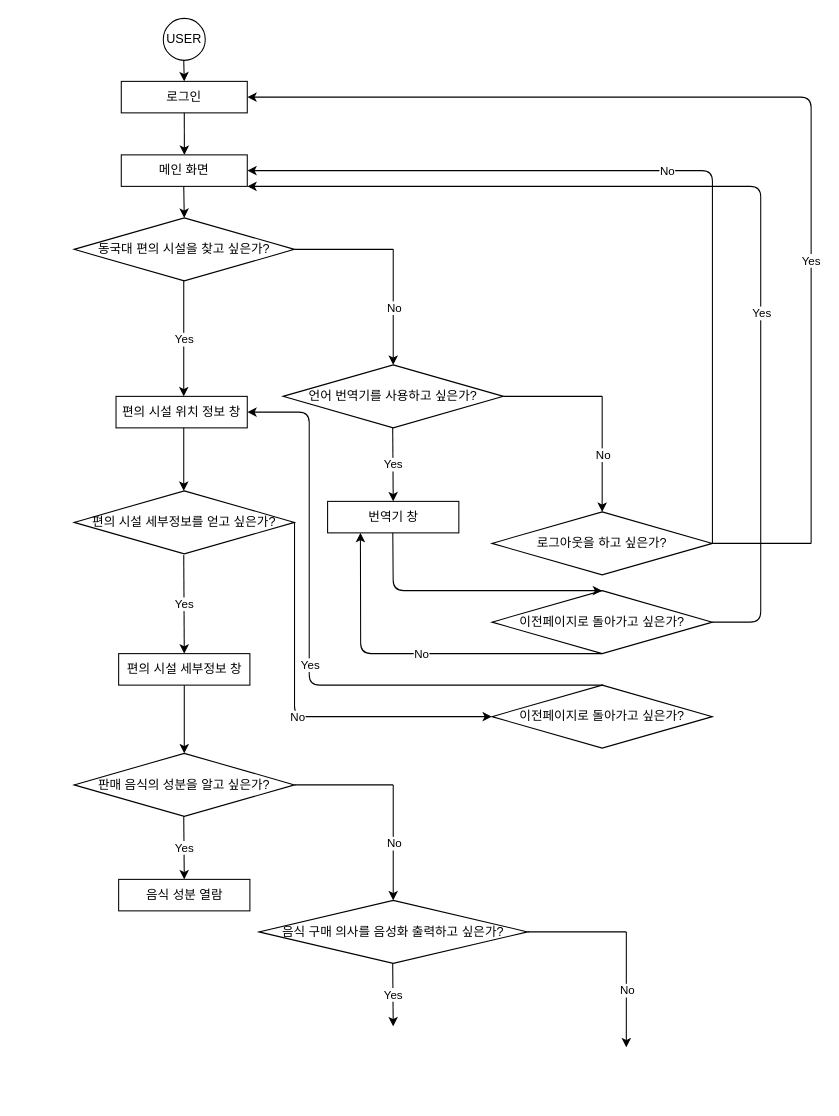
Rush-K/FlowChart keeps this draw.io diagram as Untitled Diagram.drawio. Above is the earlier version. Source tidied: cells renumbered, new cells numbered last; positions are measured from the earlier drawing's top-left corner, leaving out a move shared by most shapes. Both pictures are drawn from the tidied source at 105%, with x=0, y=0 at pixel (74, 18).
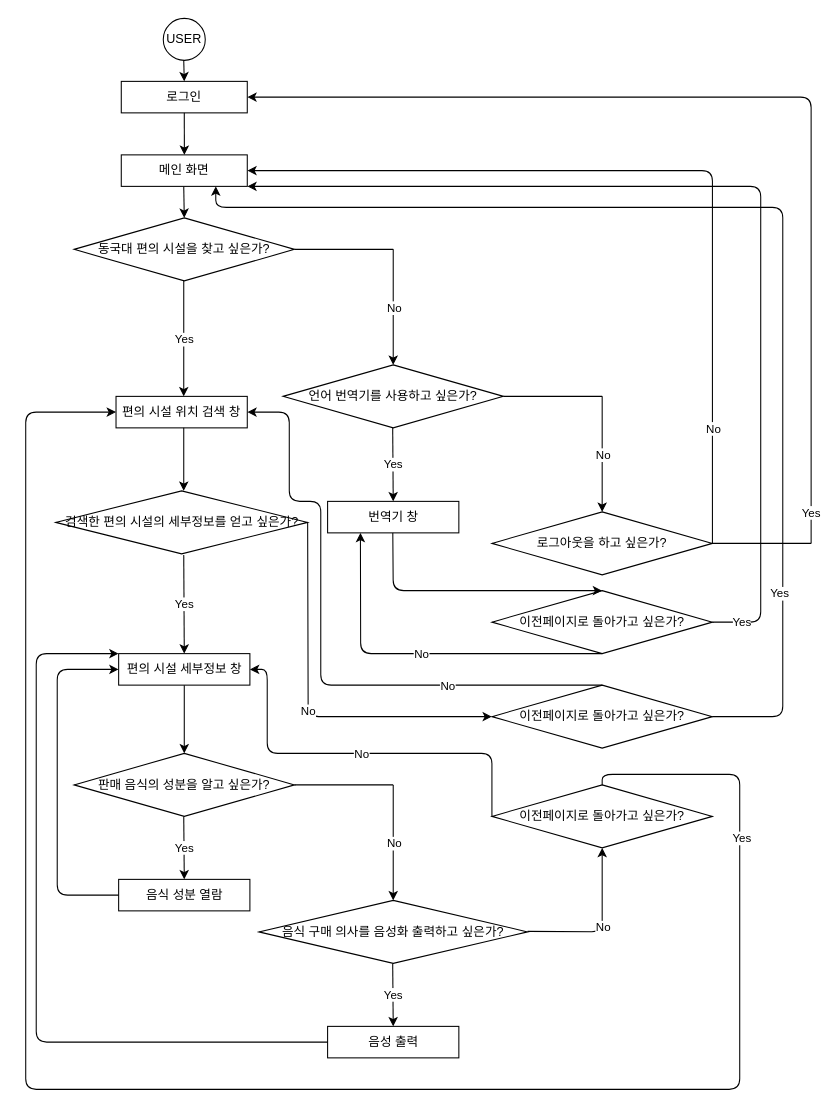
Above is the later version.

Commit message:
Flow Chart update

Unchanged cells that the change refers to:
```xml
<mxCell id="24" value="편의 시설 세부정보 창" style="rounded=0;whiteSpace=wrap;html=1;" parent="1" vertex="1">
  <mxGeometry x="42.5" y="605" width="125" height="30" as="geometry" />
</mxCell>
<mxCell id="30" value="음식 성분 열람" style="rounded=0;whiteSpace=wrap;html=1;" parent="1" vertex="1">
  <mxGeometry x="42.5" y="820" width="125" height="30" as="geometry" />
</mxCell>
<mxCell id="43" style="endArrow=classic;html=1;entryX=1;entryY=0.5;entryDx=0;entryDy=0;" parent="1" edge="1" target="3">
  <mxGeometry relative="1" as="geometry">
    <mxPoint x="702" y="500" as="sourcePoint" />
    <Array as="points">
      <mxPoint x="702" y="75" />
    </Array>
  </mxGeometry>
</mxCell>
<mxCell id="45" style="endArrow=classic;html=1;entryX=1;entryY=0.5;entryDx=0;entryDy=0;" parent="1" edge="1" target="47">
  <mxGeometry relative="1" as="geometry">
    <mxPoint x="608" y="500" as="sourcePoint" />
    <Array as="points">
      <mxPoint x="608" y="145" />
    </Array>
  </mxGeometry>
</mxCell>
<mxCell id="47" value="메인 화면" style="rounded=0;whiteSpace=wrap;html=1;" parent="1" vertex="1">
  <mxGeometry x="45" y="130" width="120" height="30" as="geometry" />
</mxCell>
<mxCell id="55" value="이전페이지로 돌아가고 싶은가?" style="rhombus;whiteSpace=wrap;html=1;" parent="1" vertex="1">
  <mxGeometry x="398" y="635" width="210" height="60" as="geometry" />
</mxCell>
```

What changed in the source:
```diff
@@
-    <mxCell id="10" value="편의 시설 세부정보를 얻고 싶은가?" style="rhombus;whiteSpace=wrap;html=1;" parent="1" vertex="1">
-      <mxGeometry y="450" width="210" height="60" as="geometry" />
+    <mxCell id="10" value="검색한 편의 시설의 세부정보를 얻고 싶은가?" style="rhombus;whiteSpace=wrap;html=1;" parent="1" vertex="1">
+      <mxGeometry x="-17.5" y="450" width="240" height="60" as="geometry" />
     </mxCell>
@@
-    <mxCell id="12" value="편의 시설 위치 정보 창" style="rounded=0;whiteSpace=wrap;html=1;" parent="1" vertex="1">
+    <mxCell id="12" value="편의 시설 위치 검색 창" style="rounded=0;whiteSpace=wrap;html=1;" parent="1" vertex="1">
       <mxGeometry x="40" y="360" width="125" height="30" as="geometry" />
     </mxCell>
@@
     <mxCell id="25" style="endArrow=classic;html=1;exitX=1;exitY=0.5;exitDx=0;exitDy=0;entryX=0;entryY=0.5;entryDx=0;entryDy=0;" parent="1" edge="1" source="10" target="55">
       <mxGeometry relative="1" as="geometry">
         <Array as="points">
-          <mxPoint x="210" y="665" />
+          <mxPoint x="223" y="665" />
         </Array>
       </mxGeometry>
     </mxCell>
@@
-    <mxCell id="39" style="endArrow=none;html=1;exitX=1;exitY=0.5;exitDx=0;exitDy=0;" parent="1" edge="1">
-      <mxGeometry relative="1" as="geometry">
-        <mxPoint x="432" y="870" as="sourcePoint" />
-        <mxPoint x="526" y="870" as="targetPoint" />
-      </mxGeometry>
-    </mxCell>
-    <mxCell id="40" style="endArrow=classic;html=1;" parent="1" edge="1">
-      <mxGeometry relative="1" as="geometry">
-        <mxPoint x="526" y="870" as="sourcePoint" />
-        <mxPoint x="526" y="980" as="targetPoint" />
-      </mxGeometry>
-    </mxCell>
-    <mxCell id="41" value="No" style="edgeLabel;html=1;align=center;verticalAlign=middle;" parent="40" vertex="1">
-      <mxGeometry relative="1" as="geometry" />
-    </mxCell>
@@
     <mxCell id="44" value="Yes" style="edgeLabel;html=1;align=center;verticalAlign=middle;" parent="43" vertex="1">
       <mxGeometry relative="1" as="geometry">
-        <mxPoint x="55.8" y="155" as="offset" />
+        <mxPoint x="55.8" y="395" as="offset" />
       </mxGeometry>
     </mxCell>
@@
     <mxCell id="46" value="No" style="edgeLabel;html=1;align=center;verticalAlign=middle;" parent="45" vertex="1">
-      <mxGeometry relative="1" as="geometry" />
+      <mxGeometry relative="1" as="geometry">
+        <mxPoint x="44" y="245" as="offset" />
+      </mxGeometry>
     </mxCell>
@@
     <mxCell id="52" value="Yes" style="edgeLabel;html=1;align=center;verticalAlign=middle;" parent="1" vertex="1">
-      <mxGeometry x="654" y="280" as="geometry" />
+      <mxGeometry x="635" y="574" as="geometry" />
     </mxCell>
@@
-    <mxCell id="56" style="endArrow=classic;html=1;entryX=1;entryY=0.5;entryDx=0;entryDy=0;" parent="1" edge="1" target="12">
+    <mxCell id="56" style="endArrow=classic;html=1;entryX=0.75;entryY=1;entryDx=0;entryDy=0;exitX=1;exitY=0.5;exitDx=0;exitDy=0;" parent="1" edge="1" source="55" target="47">
       <mxGeometry relative="1" as="geometry">
-        <mxPoint x="504" y="635" as="sourcePoint" />
         <Array as="points">
-          <mxPoint x="224" y="635" />
-          <mxPoint x="224" y="375" />
+          <mxPoint x="675" y="665" />
+          <mxPoint x="675" y="180" />
+          <mxPoint x="135" y="180" />
         </Array>
       </mxGeometry>
     </mxCell>
     <mxCell id="57" value="Yes" style="edgeLabel;html=1;align=center;verticalAlign=middle;" parent="56" vertex="1">
-      <mxGeometry relative="1" as="geometry" />
+      <mxGeometry relative="1" as="geometry">
+        <mxPoint y="367" as="offset" />
+      </mxGeometry>
     </mxCell>
+    <mxCell id="58" style="endArrow=classic;html=1;exitX=0;exitY=0.5;exitDx=0;exitDy=0;entryX=0;entryY=0.5;entryDx=0;entryDy=0;" parent="1" edge="1" source="30" target="24">
+      <mxGeometry relative="1" as="geometry">
+        <Array as="points">
+          <mxPoint x="-16" y="835" />
+          <mxPoint x="-16" y="620" />
+        </Array>
+      </mxGeometry>
+    </mxCell>
+    <mxCell id="59" value="음성 출력" style="rounded=0;whiteSpace=wrap;html=1;" parent="1" vertex="1">
+      <mxGeometry x="241.5" y="960" width="125" height="30" as="geometry" />
+    </mxCell>
+    <mxCell id="60" style="endArrow=classic;html=1;exitX=0;exitY=0.5;exitDx=0;exitDy=0;entryX=0;entryY=0;entryDx=0;entryDy=0;" parent="1" edge="1" source="59" target="24">
+      <mxGeometry relative="1" as="geometry">
+        <Array as="points">
+          <mxPoint x="-36" y="975" />
+          <mxPoint x="-36" y="605" />
+        </Array>
+      </mxGeometry>
+    </mxCell>
+    <mxCell id="61" value="이전페이지로 돌아가고 싶은가?" style="rhombus;whiteSpace=wrap;html=1;" parent="1" vertex="1">
+      <mxGeometry x="398" y="730" width="210" height="60" as="geometry" />
+    </mxCell>
+    <mxCell id="62" style="endArrow=classic;html=1;entryX=0.5;entryY=1;entryDx=0;entryDy=0;" parent="1" edge="1" target="61">
+      <mxGeometry relative="1" as="geometry">
+        <mxPoint x="432" y="869.5" as="sourcePoint" />
+        <Array as="points">
+          <mxPoint x="503" y="870" />
+        </Array>
+      </mxGeometry>
+    </mxCell>
+    <mxCell id="63" value="No" style="edgeLabel;html=1;align=center;verticalAlign=middle;" parent="62" vertex="1">
+      <mxGeometry relative="1" as="geometry" />
+    </mxCell>
+    <mxCell id="64" style="endArrow=classic;html=1;exitX=0.5;exitY=0;exitDx=0;exitDy=0;entryX=0;entryY=0.5;entryDx=0;entryDy=0;" parent="1" edge="1" source="61" target="12">
+      <mxGeometry relative="1" as="geometry">
+        <Array as="points">
+          <mxPoint x="503" y="720" />
+          <mxPoint x="634" y="720" />
+          <mxPoint x="634" y="1020" />
+          <mxPoint x="204" y="1020" />
+          <mxPoint x="-46" y="1020" />
+          <mxPoint x="-46" y="375" />
+        </Array>
+      </mxGeometry>
+    </mxCell>
+    <mxCell id="65" value="Yes" style="edgeLabel;html=1;align=center;verticalAlign=middle;" parent="64" vertex="1">
+      <mxGeometry relative="1" as="geometry">
+        <mxPoint x="486" y="-240" as="offset" />
+      </mxGeometry>
+    </mxCell>
+    <mxCell id="66" style="endArrow=classic;html=1;entryX=1;entryY=0.5;entryDx=0;entryDy=0;exitX=0;exitY=0.5;exitDx=0;exitDy=0;" parent="1" edge="1" source="61" target="24">
+      <mxGeometry relative="1" as="geometry">
+        <Array as="points">
+          <mxPoint x="398" y="700" />
+          <mxPoint x="184" y="700" />
+          <mxPoint x="184" y="620" />
+        </Array>
+      </mxGeometry>
+    </mxCell>
+    <mxCell id="67" value="No" style="edgeLabel;html=1;align=center;verticalAlign=middle;" parent="66" vertex="1">
+      <mxGeometry relative="1" as="geometry" />
+    </mxCell>
+    <mxCell id="68" style="endArrow=classic;html=1;exitX=0.5;exitY=0;exitDx=0;exitDy=0;entryX=1;entryY=0.5;entryDx=0;entryDy=0;" parent="1" edge="1" source="55" target="12">
+      <mxGeometry relative="1" as="geometry">
+        <Array as="points">
+          <mxPoint x="235" y="635" />
+          <mxPoint x="235" y="460" />
+          <mxPoint x="205" y="460" />
+          <mxPoint x="205" y="375" />
+        </Array>
+      </mxGeometry>
+    </mxCell>
+    <mxCell id="69" value="No" style="edgeLabel;html=1;align=center;verticalAlign=middle;" parent="68" vertex="1">
+      <mxGeometry relative="1" as="geometry">
+        <mxPoint x="120" y="31" as="offset" />
+      </mxGeometry>
+    </mxCell>
```
